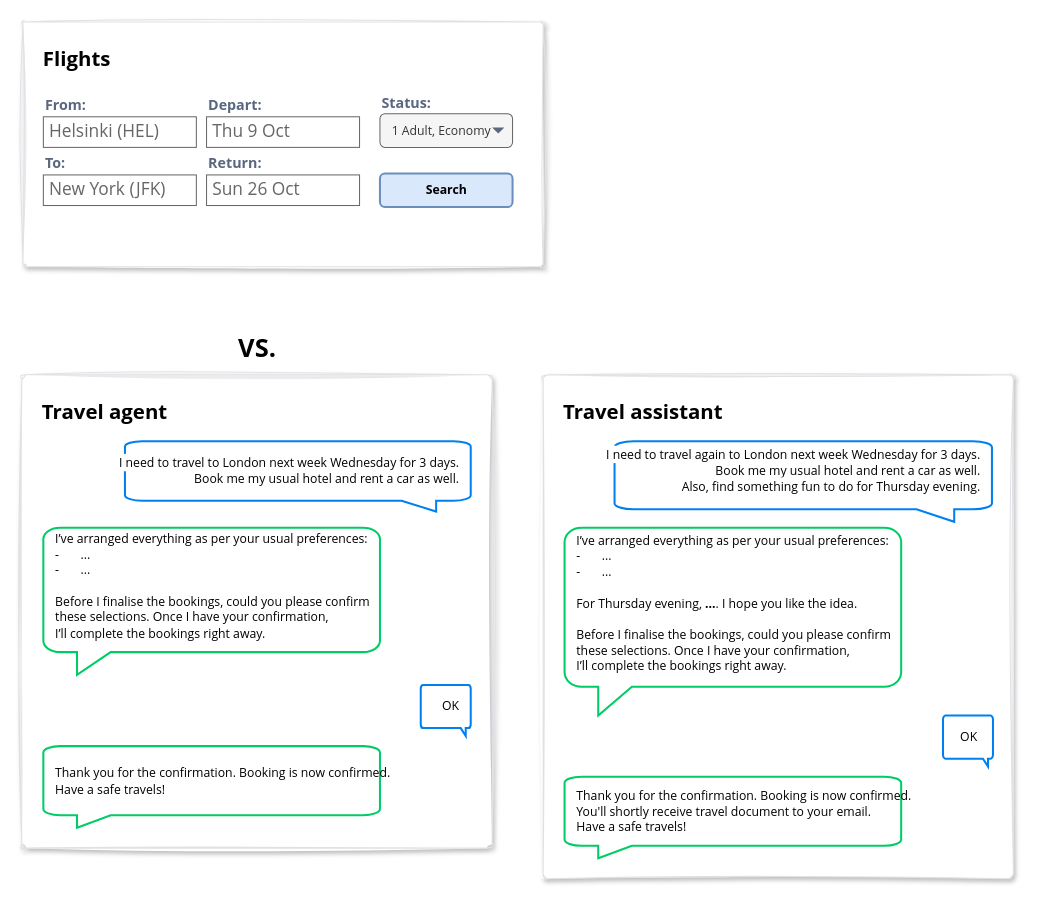
Before: page "Scenario 2" (3 of 4) of docs/assets/posts/drafts/traditional-app-vs-chat-based-app/traditional-app-vs-chat-based-app.drawio in JanneMattila/www, a draw.io diagram. Source tidied: cells renumbered, new cells numbered last; positions are measured from the earlier drawing's top-left corner, leaving out a move shared by most shapes. Both pictures are drawn from the tidied source at 102%, with x=0, y=0 at pixel (21, 21).
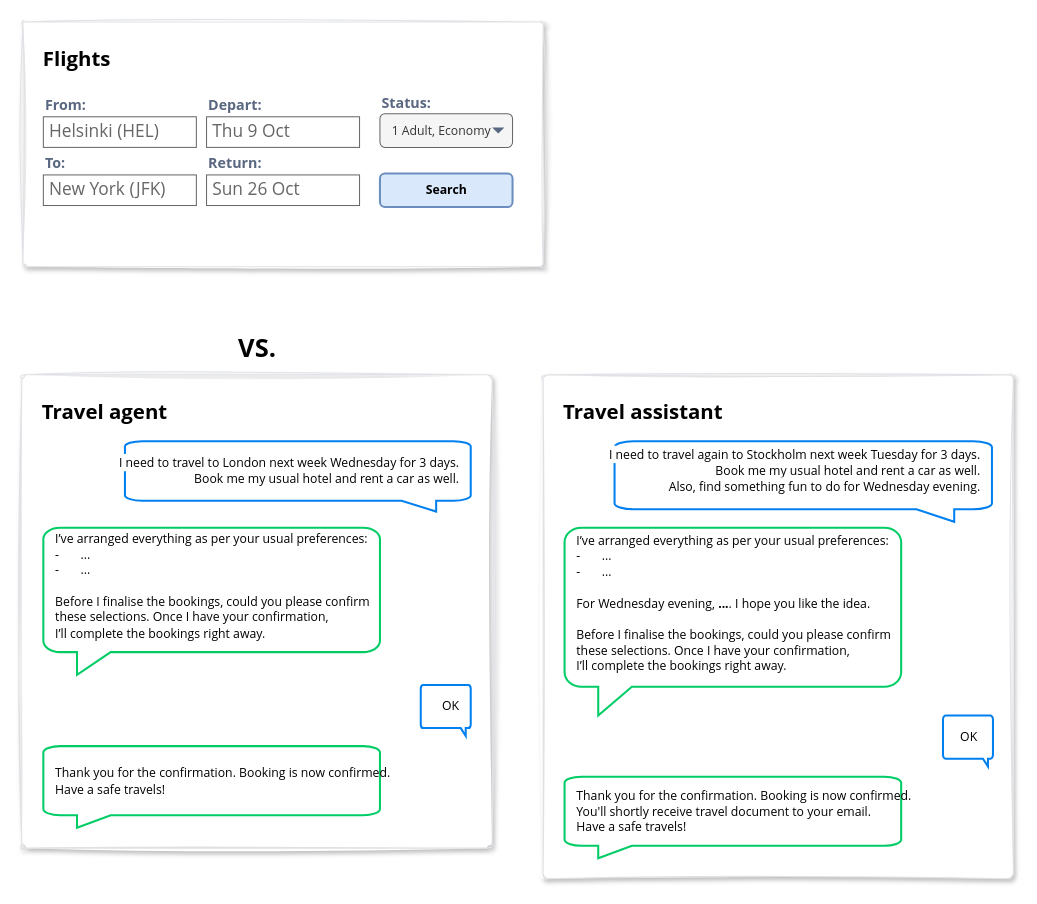
The same diagram, later.

Diff of the diagram source:
```diff
@@
-    <mxCell id="28" value="&lt;span style=&quot;color: rgb(0, 0, 0); font-family: &amp;quot;Segoe UI&amp;quot;; font-size: 12px; font-style: normal; font-variant-ligatures: normal; font-variant-caps: normal; font-weight: 400; letter-spacing: normal; orphans: 2; text-indent: 0px; text-transform: none; widows: 2; word-spacing: 0px; -webkit-text-stroke-width: 0px; white-space: nowrap; background-color: rgb(255, 255, 255); text-decoration-thickness: initial; text-decoration-style: initial; text-decoration-color: initial; float: none; display: inline !important;&quot;&gt;I need to travel again to London next week Wednesday for 3 days. &lt;br&gt;Book me my usual hotel and rent a car as well.&lt;br&gt;Also, find something fun to do for Thursday evening.&lt;/span&gt;" style="text;whiteSpace=wrap;html=1;fontFamily=Architects Daughter;align=right;verticalAlign=middle;" parent="1" vertex="1">
+    <mxCell id="28" value="&lt;span style=&quot;color: rgb(0, 0, 0); font-family: &amp;quot;Segoe UI&amp;quot;; font-size: 12px; font-style: normal; font-variant-ligatures: normal; font-variant-caps: normal; font-weight: 400; letter-spacing: normal; orphans: 2; text-indent: 0px; text-transform: none; widows: 2; word-spacing: 0px; -webkit-text-stroke-width: 0px; white-space: nowrap; background-color: rgb(255, 255, 255); text-decoration-thickness: initial; text-decoration-style: initial; text-decoration-color: initial; float: none; display: inline !important;&quot;&gt;I need to travel again to Stockholm next week Tuesday for 3 days. &lt;br&gt;Book me my usual hotel and rent a car as well.&lt;br&gt;Also, find something fun to do for Wednesday evening.&lt;/span&gt;" style="text;whiteSpace=wrap;html=1;fontFamily=Architects Daughter;align=right;verticalAlign=middle;" parent="1" vertex="1">
       <mxGeometry x="692" y="425" width="250" height="32" as="geometry" />
     </mxCell>
-    <mxCell id="29" value="&lt;div&gt;&lt;font face=&quot;Segoe UI&quot;&gt;&lt;span style=&quot;text-wrap-mode: nowrap;&quot;&gt;I’ve arranged everything as per your usual preferences:&lt;/span&gt;&lt;/font&gt;&lt;/div&gt;&lt;div&gt;&lt;font face=&quot;Segoe UI&quot;&gt;&lt;span style=&quot;text-wrap-mode: nowrap;&quot;&gt;-&lt;span style=&quot;white-space:pre&quot;&gt;&#9;&lt;/span&gt;...&lt;/span&gt;&lt;/font&gt;&lt;/div&gt;&lt;div&gt;&lt;font face=&quot;Segoe UI&quot;&gt;&lt;span style=&quot;text-wrap-mode: nowrap;&quot;&gt;-&lt;span style=&quot;white-space:pre&quot;&gt;&#9;&lt;/span&gt;...&lt;/span&gt;&lt;/font&gt;&lt;/div&gt;&lt;div&gt;&lt;font face=&quot;Segoe UI&quot;&gt;&lt;span style=&quot;text-wrap-mode: nowrap;&quot;&gt;&lt;br&gt;&lt;/span&gt;&lt;/font&gt;&lt;/div&gt;&lt;div&gt;&lt;font face=&quot;Segoe UI&quot;&gt;&lt;span style=&quot;text-wrap-mode: nowrap;&quot;&gt;For Thursday evening, &lt;b&gt;...&lt;/b&gt;. I hope you like the idea.&lt;br&gt;&lt;br&gt;Before I finalise the bookings, could you please confirm &lt;br&gt;these selections.&amp;nbsp;&lt;/span&gt;&lt;/font&gt;&lt;span style=&quot;text-wrap-mode: nowrap; font-family: &amp;quot;Segoe UI&amp;quot;; background-color: transparent; color: light-dark(rgb(0, 0, 0), rgb(255, 255, 255));&quot;&gt;Once I have your confirmation, &lt;br&gt;I’ll complete the bookings right away.&lt;/span&gt;&lt;/div&gt;&lt;div&gt;&lt;br&gt;&lt;/div&gt;" style="text;whiteSpace=wrap;html=1;fontFamily=Architects Daughter;align=left;verticalAlign=middle;" parent="1" vertex="1">
+    <mxCell id="29" value="&lt;div&gt;&lt;font face=&quot;Segoe UI&quot;&gt;&lt;span style=&quot;text-wrap-mode: nowrap;&quot;&gt;I’ve arranged everything as per your usual preferences:&lt;/span&gt;&lt;/font&gt;&lt;/div&gt;&lt;div&gt;&lt;font face=&quot;Segoe UI&quot;&gt;&lt;span style=&quot;text-wrap-mode: nowrap;&quot;&gt;-&lt;span style=&quot;white-space:pre&quot;&gt;&#9;&lt;/span&gt;...&lt;/span&gt;&lt;/font&gt;&lt;/div&gt;&lt;div&gt;&lt;font face=&quot;Segoe UI&quot;&gt;&lt;span style=&quot;text-wrap-mode: nowrap;&quot;&gt;-&lt;span style=&quot;white-space:pre&quot;&gt;&#9;&lt;/span&gt;...&lt;/span&gt;&lt;/font&gt;&lt;/div&gt;&lt;div&gt;&lt;font face=&quot;Segoe UI&quot;&gt;&lt;span style=&quot;text-wrap-mode: nowrap;&quot;&gt;&lt;br&gt;&lt;/span&gt;&lt;/font&gt;&lt;/div&gt;&lt;div&gt;&lt;font face=&quot;Segoe UI&quot;&gt;&lt;span style=&quot;text-wrap-mode: nowrap;&quot;&gt;For Wednesday evening, &lt;b&gt;...&lt;/b&gt;. I hope you like the idea.&lt;br&gt;&lt;br&gt;Before I finalise the bookings, could you please confirm &lt;br&gt;these selections.&amp;nbsp;&lt;/span&gt;&lt;/font&gt;&lt;span style=&quot;text-wrap-mode: nowrap; font-family: &amp;quot;Segoe UI&amp;quot;; background-color: transparent; color: light-dark(rgb(0, 0, 0), rgb(255, 255, 255));&quot;&gt;Once I have your confirmation, &lt;br&gt;I’ll complete the bookings right away.&lt;/span&gt;&lt;/div&gt;&lt;div&gt;&lt;br&gt;&lt;/div&gt;" style="text;whiteSpace=wrap;html=1;fontFamily=Architects Daughter;align=left;verticalAlign=middle;" parent="1" vertex="1">
       <mxGeometry x="542" y="513" width="310" height="130" as="geometry" />
     </mxCell>
```
